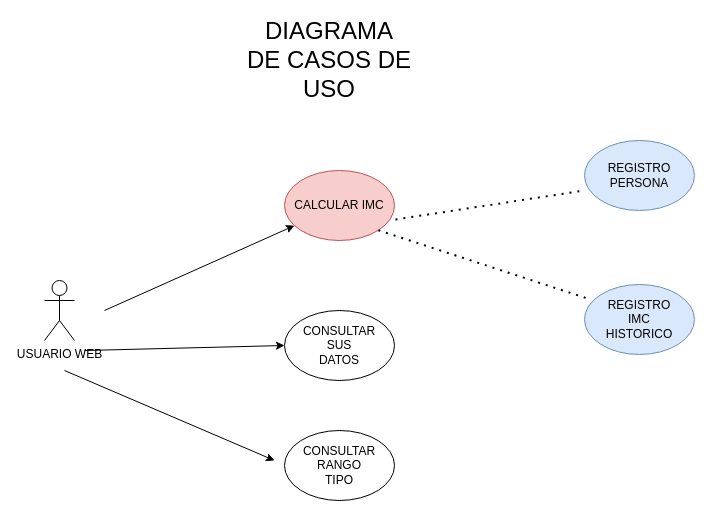
The draw.io diagram proyectoprofe1/DOCU/casos de uso imc web.drawio in Valexx55/repoclasejava, before the edit. Source tidied: cells renumbered, new cells numbered last; positions are measured from the earlier drawing's top-left corner, leaving out a move shared by most shapes. Both pictures are drawn from the tidied source at 100%, with x=0, y=0 at pixel (44, 50).
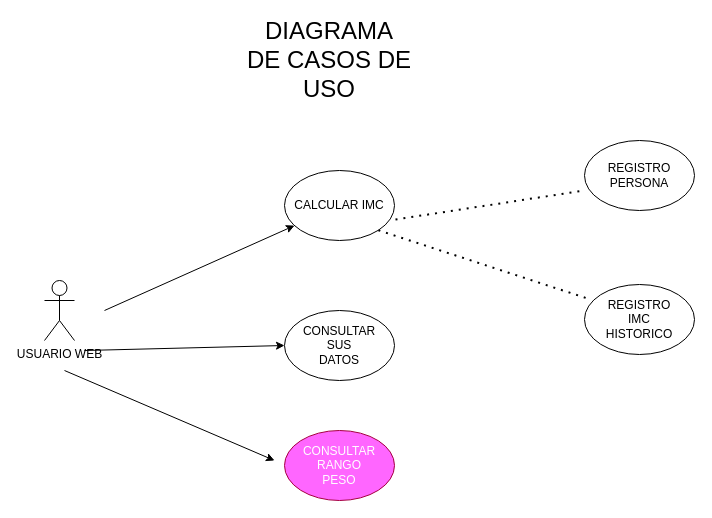
Above is the later version.

Commit message (it also covers changes not shown here):
web service consulta rango 1 de 2

Diff of the diagram source:
```diff
@@
 <mxGraphModel>
   <root>
     <mxCell id="0" />
     <mxCell id="1" parent="0" />
     <mxCell id="2" value="USUARIO WEB" style="shape=umlActor;verticalLabelPosition=bottom;verticalAlign=top;html=1;" parent="1" vertex="1">
       <mxGeometry y="230" width="30" height="60" as="geometry" />
     </mxCell>
     <mxCell id="3" value="&lt;font style=&quot;font-size: 24px&quot;&gt;DIAGRAMA&lt;br&gt;DE CASOS DE USO&lt;/font&gt;" style="text;html=1;strokeColor=none;fillColor=none;align=center;verticalAlign=middle;whiteSpace=wrap;rounded=0;" parent="1" vertex="1">
       <mxGeometry x="190" width="190" height="20" as="geometry" />
     </mxCell>
-    <mxCell id="4" value="CALCULAR IMC" style="ellipse;whiteSpace=wrap;html=1;fillColor=#f8cecc;strokeColor=#b85450;" parent="1" vertex="1">
+    <mxCell id="4" value="CALCULAR IMC" style="ellipse;whiteSpace=wrap;html=1;" parent="1" vertex="1">
       <mxGeometry x="240" y="120" width="110" height="70" as="geometry" />
     </mxCell>
-    <mxCell id="5" value="REGISTRO&lt;br&gt;PERSONA" style="ellipse;whiteSpace=wrap;html=1;fillColor=#dae8fc;strokeColor=#6c8ebf;" parent="1" vertex="1">
+    <mxCell id="5" value="REGISTRO&lt;br&gt;PERSONA" style="ellipse;whiteSpace=wrap;html=1;" parent="1" vertex="1">
       <mxGeometry x="540" y="90" width="110" height="70" as="geometry" />
     </mxCell>
     <mxCell id="6" style="endArrow=classic;html=1;" parent="1" edge="1" target="4">
       <mxGeometry relative="1" as="geometry">
         <mxPoint x="60" y="260" as="sourcePoint" />
       </mxGeometry>
     </mxCell>
-    <mxCell id="7" value="REGISTRO&lt;br&gt;IMC&lt;br&gt;HISTORICO" style="ellipse;whiteSpace=wrap;html=1;fillColor=#dae8fc;strokeColor=#6c8ebf;" parent="1" vertex="1">
+    <mxCell id="7" value="REGISTRO&lt;br&gt;IMC&lt;br&gt;HISTORICO" style="ellipse;whiteSpace=wrap;html=1;" parent="1" vertex="1">
       <mxGeometry x="540" y="234" width="110" height="70" as="geometry" />
     </mxCell>
     <mxCell id="8" value="CONSULTAR&lt;br&gt;SUS&lt;br&gt;DATOS" style="ellipse;whiteSpace=wrap;html=1;" parent="1" vertex="1">
       <mxGeometry x="240" y="260" width="110" height="70" as="geometry" />
     </mxCell>
-    <mxCell id="9" value="CONSULTAR&lt;br&gt;RANGO&lt;br&gt;TIPO" style="ellipse;whiteSpace=wrap;html=1;" parent="1" vertex="1">
+    <mxCell id="9" value="CONSULTAR&lt;br&gt;RANGO&lt;br&gt;PESO" style="ellipse;whiteSpace=wrap;html=1;strokeColor=#A50040;fontColor=#ffffff;fillColor=#FF66FF;" parent="1" vertex="1">
       <mxGeometry x="240" y="380" width="110" height="70" as="geometry" />
     </mxCell>
     <mxCell id="10" style="endArrow=classic;html=1;entryX=0;entryY=0.5;entryDx=0;entryDy=0;" parent="1" edge="1" target="8">
       <mxGeometry relative="1" as="geometry">
         <mxPoint x="40" y="300" as="sourcePoint" />
       </mxGeometry>
     </mxCell>
     <mxCell id="11" style="endArrow=classic;html=1;" parent="1" edge="1">
       <mxGeometry relative="1" as="geometry">
         <mxPoint x="20" y="320" as="sourcePoint" />
         <mxPoint x="230" y="410" as="targetPoint" />
       </mxGeometry>
     </mxCell>
     <mxCell id="12" style="endArrow=none;dashed=1;html=1;dashPattern=1 3;strokeWidth=2;entryX=0;entryY=0.714;entryDx=0;entryDy=0;entryPerimeter=0;exitX=1.009;exitY=0.7;exitDx=0;exitDy=0;exitPerimeter=0;" parent="1" edge="1" source="4" target="5">
       <mxGeometry relative="1" as="geometry" />
     </mxCell>
     <mxCell id="13" style="endArrow=none;dashed=1;html=1;dashPattern=1 3;strokeWidth=2;entryX=0.055;entryY=0.214;entryDx=0;entryDy=0;entryPerimeter=0;exitX=1;exitY=1;exitDx=0;exitDy=0;" parent="1" edge="1" source="4" target="7">
       <mxGeometry relative="1" as="geometry" />
     </mxCell>
   </root>
 </mxGraphModel>
```
